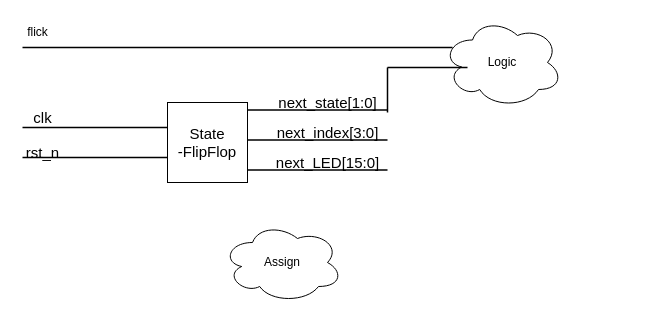
Before: Untitled Diagram.drawio in datdonguyen99/demoGit, a draw.io diagram. Source tidied: cells renumbered, new cells numbered last; positions are measured from the earlier drawing's top-left corner, leaving out a move shared by most shapes. Both pictures are drawn from the tidied source at 100%, with x=0, y=0 at pixel (17, 17).
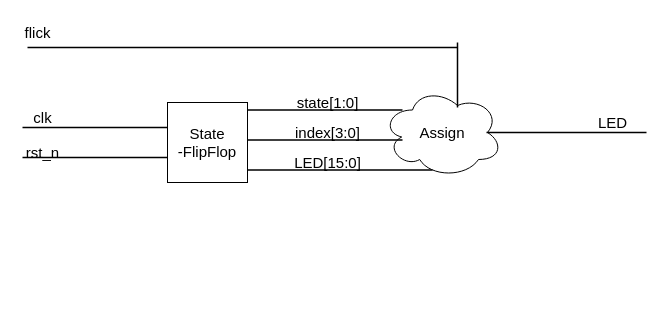
The same page after the edit.

The edit, as a diff of the source:
```diff
@@
 <mxGraphModel>
   <root>
     <mxCell id="0" />
     <mxCell id="1" parent="0" />
-    <mxCell id="2" value="Logic&lt;br&gt;" style="ellipse;shape=cloud;whiteSpace=wrap;html=1;" parent="1" vertex="1">
-      <mxGeometry x="425" width="120" height="90" as="geometry" />
+    <mxCell id="2" value="&lt;font style=&quot;font-size: 15px&quot;&gt;Assign&lt;/font&gt;" style="ellipse;shape=cloud;whiteSpace=wrap;html=1;" parent="1" vertex="1">
+      <mxGeometry x="365" y="70" width="120" height="90" as="geometry" />
     </mxCell>
-    <mxCell id="3" value="Assign" style="ellipse;shape=cloud;whiteSpace=wrap;html=1;" parent="1" vertex="1">
-      <mxGeometry x="205" y="205" width="120" height="80" as="geometry" />
-    </mxCell>
     <mxCell id="4" value="&lt;font style=&quot;font-size: 15px&quot;&gt;State&lt;br&gt;-FlipFlop&lt;/font&gt;" style="whiteSpace=wrap;html=1;" parent="1" vertex="1">
       <mxGeometry x="150" y="85" width="80" height="80" as="geometry" />
     </mxCell>
     <mxCell id="5" style="line;strokeWidth=1.5;html=1;" parent="1" vertex="1">
-      <mxGeometry x="5" y="25" width="430" height="10" as="geometry" />
+      <mxGeometry x="10" y="25" width="430" height="10" as="geometry" />
     </mxCell>
     <mxCell id="6" style="line;strokeWidth=1.5;html=1;" parent="1" vertex="1">
-      <mxGeometry x="230" y="85" width="140" height="15" as="geometry" />
+      <mxGeometry x="230" y="85" width="155" height="15" as="geometry" />
     </mxCell>
-    <mxCell id="7" value="flick&lt;br&gt;" style="text;html=1;align=center;verticalAlign=middle;strokeColor=none;" parent="1" vertex="1">
+    <mxCell id="7" value="&lt;font style=&quot;font-size: 15px&quot;&gt;flick&lt;/font&gt;" style="text;html=1;align=center;verticalAlign=middle;strokeColor=none;" parent="1" vertex="1">
       <mxGeometry y="5" width="40" height="20" as="geometry" />
     </mxCell>
     <mxCell id="8" value="&lt;font style=&quot;font-size: 15px&quot;&gt;rst_n&lt;/font&gt;" style="text;html=1;align=center;verticalAlign=middle;strokeColor=none;" parent="1" vertex="1">
       <mxGeometry y="125" width="50" height="20" as="geometry" />
     </mxCell>
     <mxCell id="9" style="line;strokeWidth=1.5;html=1;" parent="1" vertex="1">
       <mxGeometry x="5" y="135" width="145" height="10" as="geometry" />
     </mxCell>
     <mxCell id="10" value="&lt;font style=&quot;font-size: 15px&quot;&gt;clk&lt;/font&gt;" style="text;html=1;align=center;verticalAlign=middle;strokeColor=none;" parent="1" vertex="1">
       <mxGeometry x="10" y="90" width="30" height="20" as="geometry" />
     </mxCell>
     <mxCell id="11" style="line;strokeWidth=1.5;html=1;" parent="1" vertex="1">
       <mxGeometry x="5" y="105" width="145" height="10" as="geometry" />
     </mxCell>
-    <mxCell id="12" value="&lt;font style=&quot;font-size: 15px&quot;&gt;next_state[1:0]&lt;/font&gt;" style="text;html=1;align=center;verticalAlign=middle;strokeColor=none;" parent="1" vertex="1">
-      <mxGeometry x="255" y="75" width="110" height="20" as="geometry" />
+    <mxCell id="12" value="&lt;font style=&quot;font-size: 15px&quot;&gt;state[1:0]&lt;/font&gt;" style="text;html=1;align=center;verticalAlign=middle;strokeColor=none;" parent="1" vertex="1">
+      <mxGeometry x="270" y="75" width="80" height="20" as="geometry" />
     </mxCell>
     <mxCell id="13" style="line;strokeWidth=1.5;html=1;" parent="1" vertex="1">
-      <mxGeometry x="230" y="115" width="140" height="15" as="geometry" />
+      <mxGeometry x="230" y="115" width="155" height="15" as="geometry" />
     </mxCell>
-    <mxCell id="14" value="&lt;font style=&quot;font-size: 15px&quot;&gt;next_index[3:0]&lt;/font&gt;" style="text;html=1;align=center;verticalAlign=middle;strokeColor=none;" parent="1" vertex="1">
-      <mxGeometry x="250" y="105" width="120" height="20" as="geometry" />
+    <mxCell id="14" value="&lt;font style=&quot;font-size: 15px&quot;&gt;index[3:0]&lt;/font&gt;" style="text;html=1;align=center;verticalAlign=middle;strokeColor=none;" parent="1" vertex="1">
+      <mxGeometry x="270" y="105" width="80" height="20" as="geometry" />
     </mxCell>
     <mxCell id="15" style="line;strokeWidth=1.5;html=1;" parent="1" vertex="1">
-      <mxGeometry x="230" y="145" width="140" height="15" as="geometry" />
+      <mxGeometry x="230" y="145" width="185" height="15" as="geometry" />
     </mxCell>
-    <mxCell id="16" value="&lt;font style=&quot;font-size: 15px&quot;&gt;next_LED[15:0]&lt;/font&gt;" style="text;html=1;align=center;verticalAlign=middle;strokeColor=none;" parent="1" vertex="1">
-      <mxGeometry x="250" y="135" width="120" height="20" as="geometry" />
+    <mxCell id="16" value="&lt;font style=&quot;font-size: 15px&quot;&gt;LED[15:0]&lt;/font&gt;" style="text;html=1;align=center;verticalAlign=middle;strokeColor=none;" parent="1" vertex="1">
+      <mxGeometry x="270" y="135" width="80" height="20" as="geometry" />
     </mxCell>
-    <mxCell id="17" style="line;strokeWidth=1.5;direction=south;html=1;perimeter=backbonePerimeter;gradientColor=none;" parent="1" vertex="1">
-      <mxGeometry x="365" y="50" width="10" height="45" as="geometry" />
-    </mxCell>
-    <mxCell id="18" style="line;strokeWidth=1.5;html=1;gradientColor=none;" parent="1" vertex="1">
-      <mxGeometry x="370" y="45" width="80" height="10" as="geometry" />
-    </mxCell>
+    <mxCell id="19" style="line;strokeWidth=1.5;direction=south;html=1;perimeter=backbonePerimeter;" parent="1" vertex="1">
+      <mxGeometry x="435" y="25" width="10" height="65" as="geometry" />
+    </mxCell>
+    <mxCell id="20" style="line;strokeWidth=1.5;html=1;" parent="1" vertex="1">
+      <mxGeometry x="469" y="110" width="160" height="10" as="geometry" />
+    </mxCell>
+    <mxCell id="21" value="&lt;font style=&quot;font-size: 15px&quot;&gt;LED&lt;/font&gt;" style="text;html=1;align=center;verticalAlign=middle;strokeColor=none;" parent="1" vertex="1">
+      <mxGeometry x="575" y="95" width="40" height="20" as="geometry" />
+    </mxCell>
   </root>
 </mxGraphModel>
```
